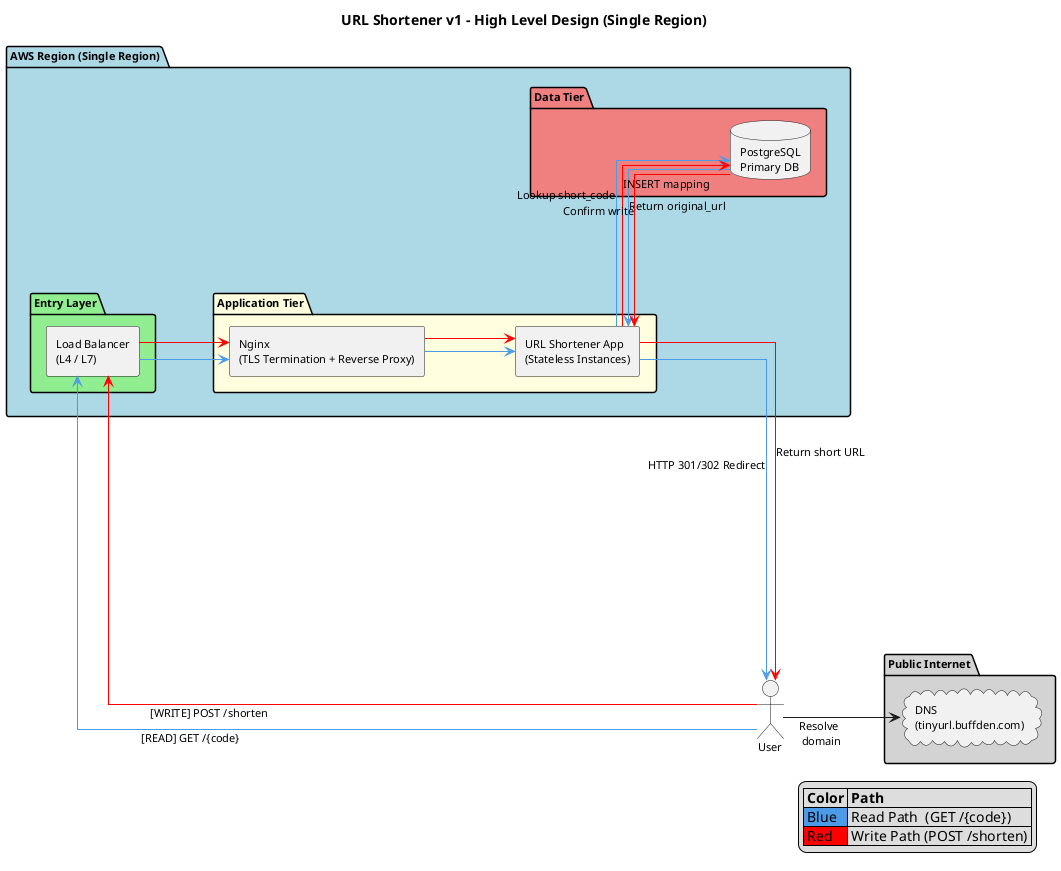
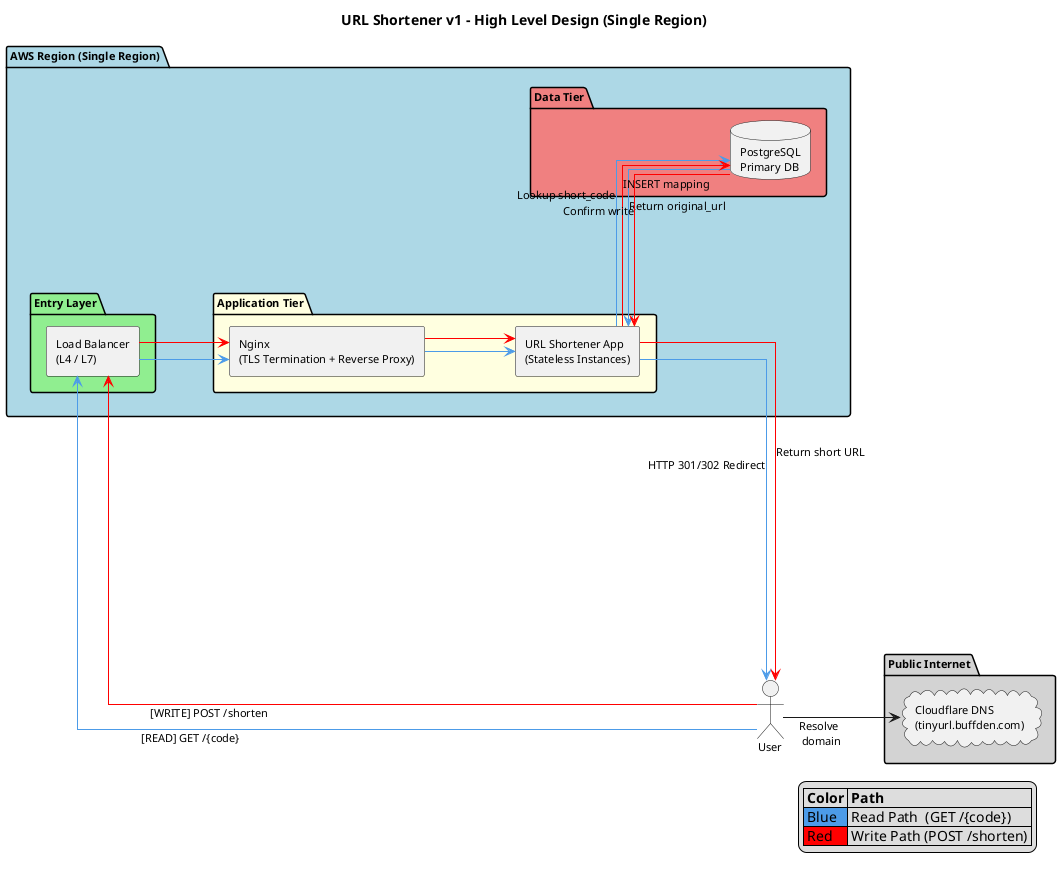
@startuml URLShortenerV1
title URL Shortener v1 - High Level Design (Single Region)

left to right direction
skinparam linetype ortho
skinparam shadowing false
skinparam componentStyle rectangle
skinparam defaultFontName Arial
skinparam defaultFontSize 11
skinparam nodesep 170
skinparam ranksep 90
skinparam packagePadding 26
skinparam componentPadding 12
skinparam component<<spacer>> {
    BorderColor transparent
    BackgroundColor transparent
    FontColor transparent
}

' ---------------- LEGEND ----------------
legend right
  |= Color |= Path |
  |<#4C9BE8> Blue  | Read Path  (GET /{code})   |
  |<#FF0000> Red   | Write Path (POST /shorten) |
endlegend

' ---------------- CLIENT ----------------
actor User

' ---------------- INTERNET ----------------
package "Public Internet" #LightGray {
-     cloud "DNS\n(tinyurl.buffden.com)" as DNS
+     cloud "Cloudflare DNS\n(tinyurl.buffden.com)" as DNS
}

' ---------------- AWS REGION ----------------
package "AWS Region (Single Region)" #LightBlue {

    package "Entry Layer" #LightGreen {
        [Load Balancer\n(L4 / L7)] as LB
    }

    package "Application Tier" #LightYellow {
        [Nginx\n(TLS Termination + Reverse Proxy)] as NGINX
        [URL Shortener App\n(Stateless Instances)] as APP
    }

    package "Data Tier" #LightCoral {
        [ ] as DATA_GAP <<spacer>>
        database "PostgreSQL\nPrimary DB" as DB
    }
}

' Layout alignment
NGINX -[hidden]-> APP
APP -[hidden]-> DATA_GAP
DATA_GAP -[hidden]-> DB

' ---------------- SHARED PATH ----------------

User --> DNS : Resolve \n domain

' ---------------- READ PATH (blue) ----------------

User -[#4C9BE8]-> LB : [READ] GET /{code}
LB -[#4C9BE8]-> NGINX
NGINX -[#4C9BE8]-> APP
APP -[#4C9BE8]-> DB : Lookup short_code
DB -[#4C9BE8]-> APP : Return original_url
APP -[#4C9BE8]-> User : HTTP 301/302 Redirect

' ---------------- WRITE PATH (red) ----------------

User -[#FF0000]-> LB : [WRITE] POST /shorten
LB -[#FF0000]-> NGINX
NGINX -[#FF0000]-> APP
APP -[#FF0000]-> DB : INSERT mapping
DB -[#FF0000]-> APP : Confirm write
APP -[#FF0000]-> User : Return short URL

@enduml
